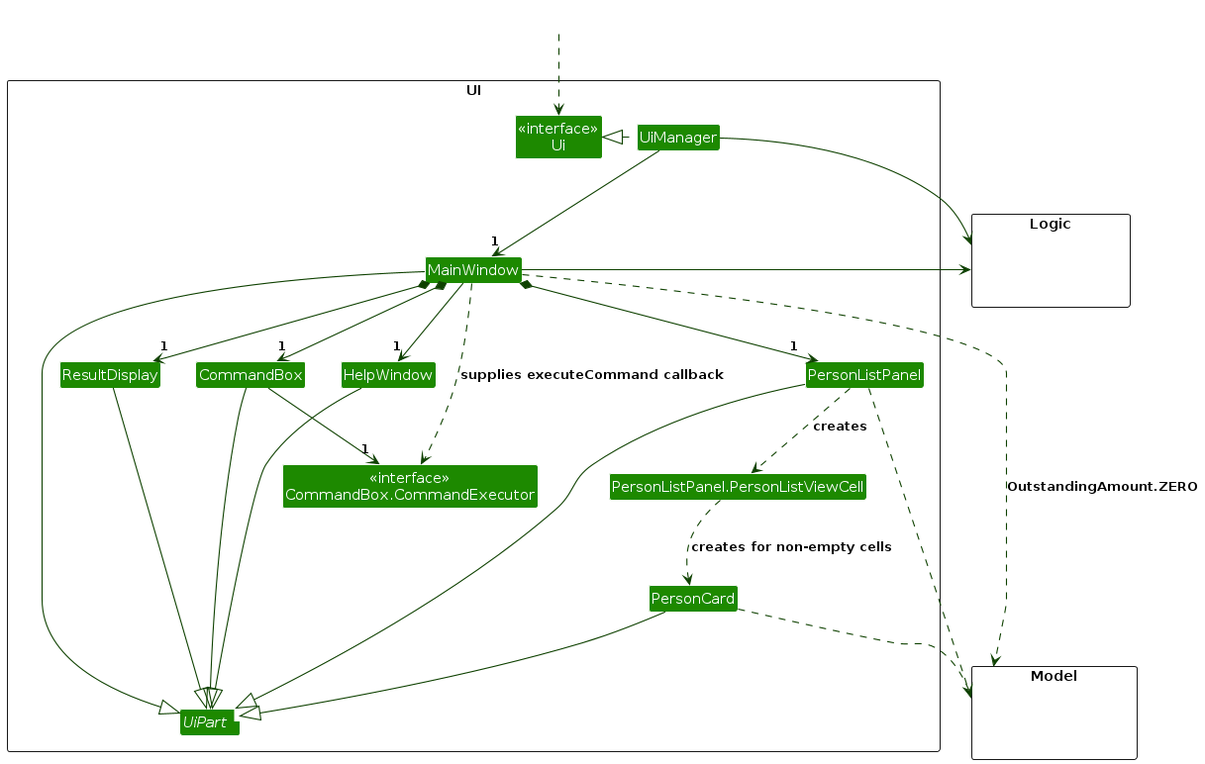
This is diagrams/UiClassDiagram.png from AY2627S1-CS2103T-F13-2/tp, a PlantUML export, as it was before one commit. Its source is kept beside it as diagrams/UiClassDiagram.puml.
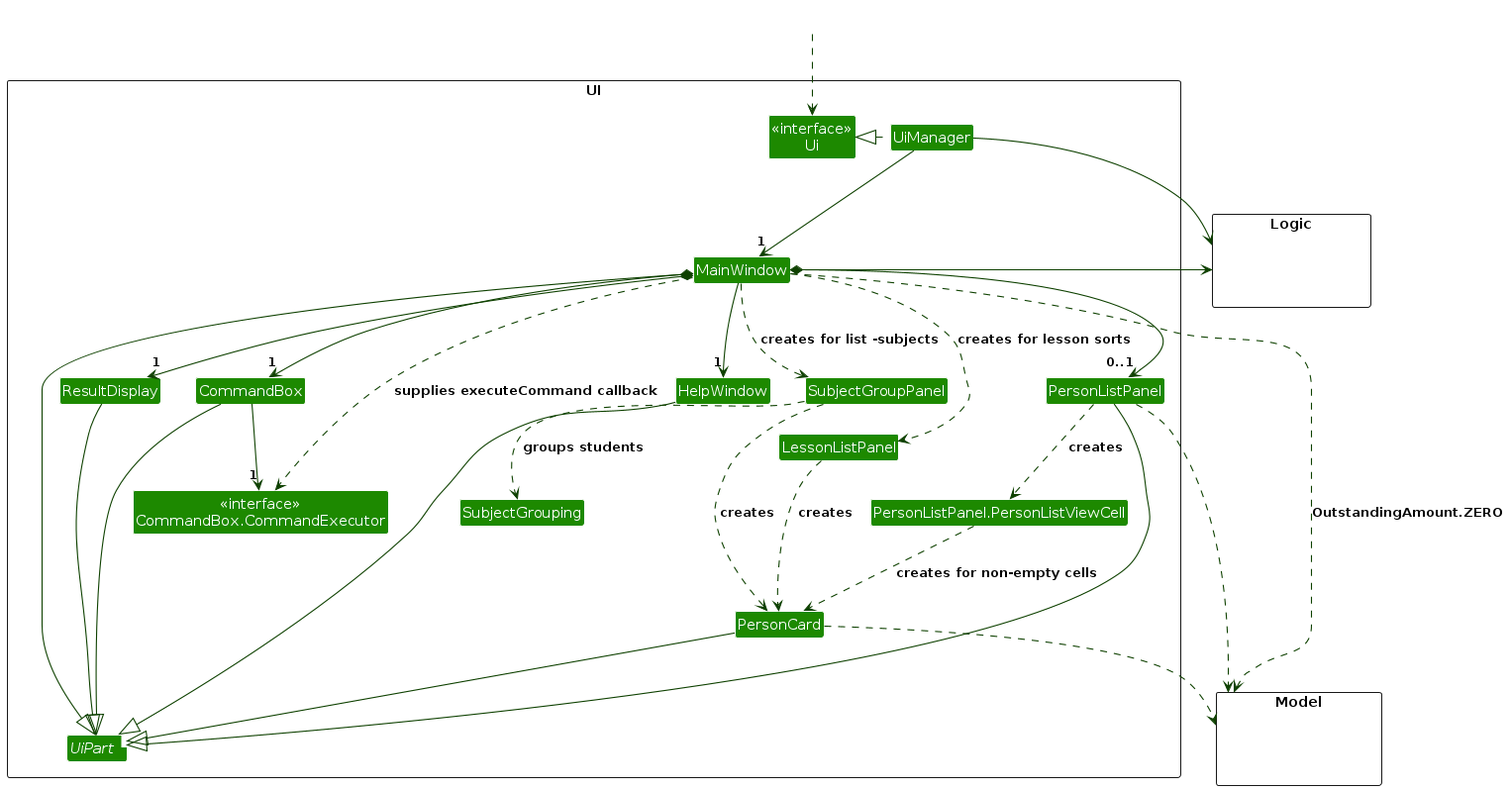
Above is the later version.

What changed in the source:
```diff
@@ -13,6 +13,9 @@
 Class ResultDisplay
 Class PersonListPanel
 Class PersonCard
+Class LessonListPanel
+Class SubjectGroupPanel
+Class SubjectGrouping
 Class CommandBox
 Class "<<interface>>\nCommandBox.CommandExecutor" as CommandExecutor
 Class "PersonListPanel.PersonListViewCell" as PersonListViewCell
@@ -33,13 +36,18 @@
 UiManager -down-> "1" MainWindow
 MainWindow *-down->  "1" CommandBox
 MainWindow *-down-> "1" ResultDisplay
-MainWindow *-down-> "1" PersonListPanel
+MainWindow *-down-> "0..1" PersonListPanel
+MainWindow ..> LessonListPanel : creates for lesson sorts
+MainWindow ..> SubjectGroupPanel : creates for list -subjects
 MainWindow --> "1" HelpWindow
 MainWindow ..> CommandExecutor : supplies executeCommand callback
 CommandBox --> "1" CommandExecutor
 
 PersonListPanel ..> PersonListViewCell : creates
 PersonListViewCell ..> PersonCard : creates for non-empty cells
+LessonListPanel ..> PersonCard : creates
+SubjectGroupPanel ..> SubjectGrouping : groups students
+SubjectGroupPanel ..> PersonCard : creates
 
 MainWindow -left-|> UiPart
 
```
